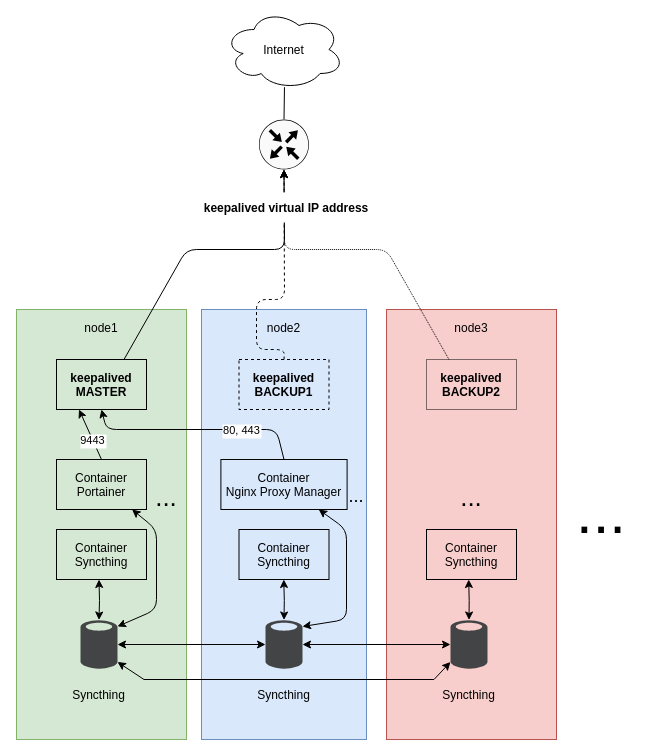
Before: pictures/topology.drawio in SuitDeer/SwarmPilot, a draw.io diagram. Source tidied: cells renumbered, new cells numbered last; positions are measured from the earlier drawing's top-left corner, leaving out a move shared by most shapes. Both pictures are drawn from the tidied source at 100%, with x=0, y=0 at pixel (16, 9).
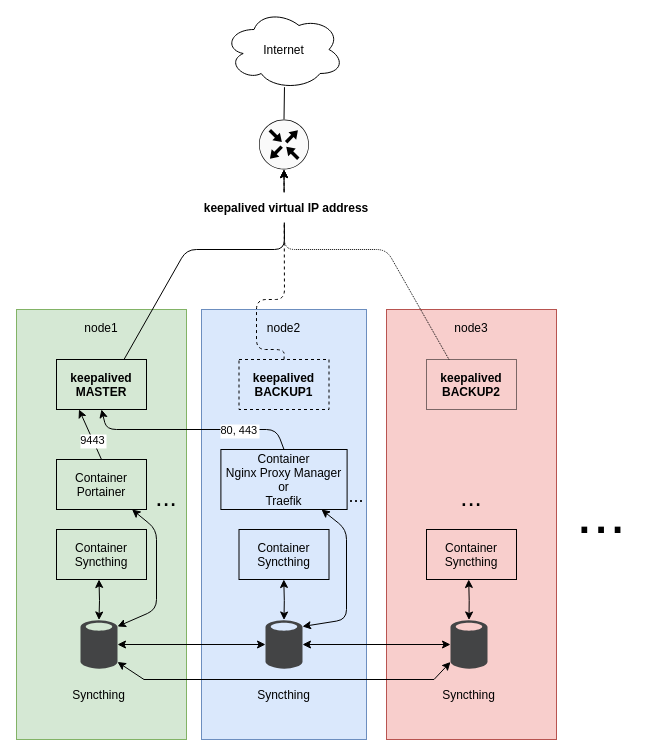
The same diagram, later.

Commit message (it also covers changes not shown here):
Add traefik as alternative to nginx proxy manager as a reverse proxy

Diff of the diagram source:
```diff
@@
-    <mxCell id="10" value="Container&#10;Nginx Proxy Manager" style="rounded=0;verticalAlign=middle;fontColor=#000000;fillColor=none;" parent="1" vertex="1">
-      <mxGeometry x="204.4" y="450" width="126.2" height="50" as="geometry" />
+    <mxCell id="10" value="Container&#10;Nginx Proxy Manager&#10;or&#10;Traefik" style="rounded=0;verticalAlign=middle;fontColor=#000000;fillColor=none;" parent="1" vertex="1">
+      <mxGeometry x="204.4" y="440" width="126.2" height="60" as="geometry" />
     </mxCell>
```
